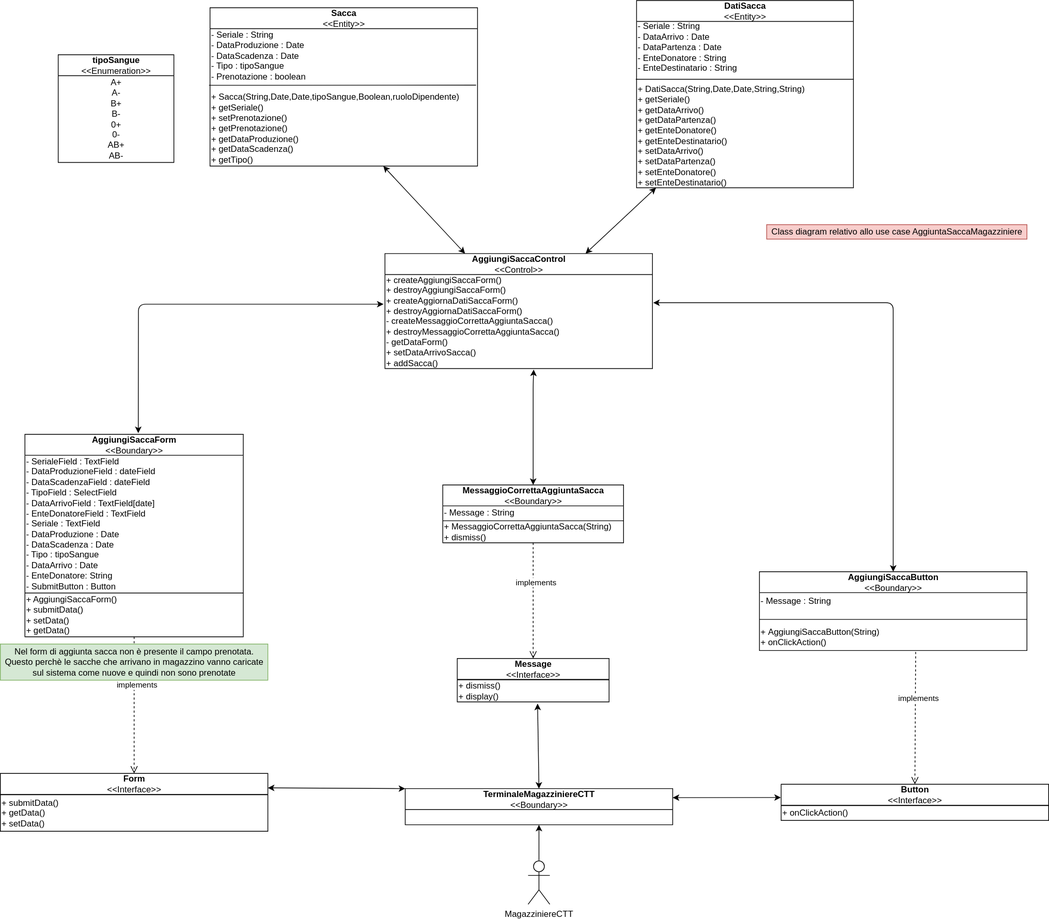
MarcoRuta/Sistema-gestione-CCS-CTT-UnaRegione keeps this draw.io diagram as System Definition/Editabili/Class diagrams/.svg/AggiuntaSaccaMagazziniere.svg. Above is the earlier version. Source tidied: cells renumbered, new cells last; positions are measured from the earlier drawing's top-left corner, leaving out a move shared by most shapes.
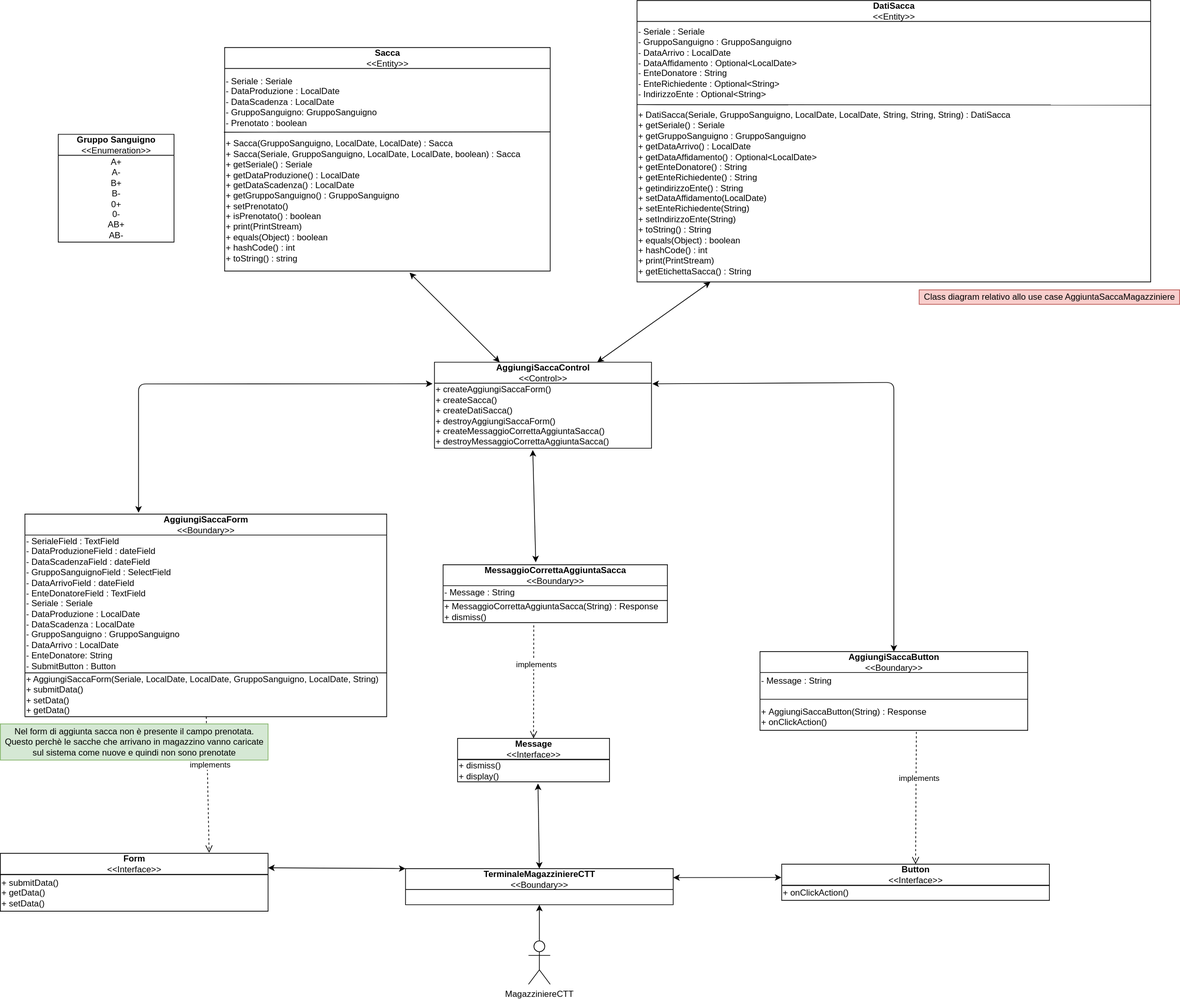
The same file after the commit.

Change to the diagram source:
```diff
@@ -2,28 +2,48 @@
   <root>
     <mxCell id="0" />
     <mxCell id="1" parent="0" />
+    <mxCell id="38" value="DatiSacca&lt;br&gt;&lt;span style=&quot;font-weight: 400&quot;&gt;&amp;lt;&amp;lt;Entity&amp;gt;&amp;gt;&lt;/span&gt;" style="swimlane;fontStyle=1;align=center;verticalAlign=middle;horizontal=1;startSize=29;html=1;" parent="1" vertex="1">
+      <mxGeometry x="880" y="-110" width="710" height="389" as="geometry" />
+    </mxCell>
+    <mxCell id="39" value="&lt;br&gt;-&amp;nbsp;Seriale : Seriale&lt;br&gt;- GruppoSanguigno : GruppoSanguigno&lt;br&gt;- DataArrivo : LocalDate&lt;br&gt;- DataAffidamento : Optional&amp;lt;LocalDate&amp;gt;&lt;br&gt;- EnteDonatore : String&lt;br&gt;- EnteRichiedente : Optional&amp;lt;String&amp;gt;&lt;br&gt;- IndirizzoEnte : Optional&amp;lt;String&amp;gt;&lt;br&gt;&lt;br&gt;+ DatiSacca(Seriale, GruppoSanguigno, LocalDate, LocalDate, String, String, String) : DatiSacca&lt;br&gt;+ getSeriale() : Seriale&lt;br&gt;+ getGruppoSanguigno : GruppoSanguigno&lt;br&gt;+ getDataArrivo() : LocalDate&lt;br&gt;+ getDataAffidamento() : Optional&amp;lt;LocalDate&amp;gt;&lt;br&gt;+ getEnteDonatore() : String&lt;br&gt;+ getEnteRichiedente() : String&lt;br&gt;+ getindirizzoEnte() : String&lt;br&gt;+ setDataAffidamento(LocalDate)&amp;nbsp;&lt;br&gt;+ setEnteRichiedente(String)&lt;br&gt;+ setIndirizzoEnte(String)&lt;br&gt;+ toString() : String&lt;br&gt;+ equals(Object) : boolean&lt;br&gt;+ hashCode() : int&lt;br&gt;+ print(PrintStream)&lt;br&gt;+ getEtichettaSacca() : String&lt;br&gt;&lt;br&gt;" style="text;html=1;align=left;verticalAlign=middle;points=[];" parent="38" vertex="1">
+      <mxGeometry y="29" width="710" height="360" as="geometry" />
+    </mxCell>
+    <mxCell id="40" style="endArrow=none;html=1;entryX=1.001;entryY=0.321;entryDx=0;entryDy=0;entryPerimeter=0;" parent="38" edge="1" target="39">
+      <mxGeometry relative="1" as="geometry">
+        <mxPoint y="143.9" as="sourcePoint" />
+      </mxGeometry>
+    </mxCell>
+    <mxCell id="44" value="Sacca&lt;br&gt;&lt;span style=&quot;font-weight: 400&quot;&gt;&amp;lt;&amp;lt;Entity&amp;gt;&amp;gt;&lt;/span&gt;" style="swimlane;fontStyle=1;align=center;verticalAlign=middle;horizontal=1;startSize=29;html=1;" parent="1" vertex="1">
+      <mxGeometry x="310" y="-45" width="450" height="309" as="geometry" />
+    </mxCell>
+    <mxCell id="45" value="&lt;br&gt;- Seriale : Seriale&lt;br&gt;- DataProduzione :&amp;nbsp;LocalDate&amp;nbsp;&lt;br&gt;- DataScadenza :&amp;nbsp;LocalDate&amp;nbsp;&lt;br&gt;- GruppoSanguigno: GruppoSanguigno&lt;br&gt;- Prenotato : boolean&lt;br&gt;&lt;br&gt;+ Sacca(GruppoSanguigno, LocalDate, LocalDate) : Sacca&lt;br&gt;+ Sacca(Seriale, GruppoSanguigno, LocalDate, LocalDate, boolean) : Sacca&lt;br&gt;+ getSeriale() : Seriale&lt;br&gt;+ getDataProduzione() :&amp;nbsp;LocalDate&amp;nbsp;&lt;br&gt;+ getDataScadenza() :&amp;nbsp;LocalDate&amp;nbsp;&lt;br&gt;+ getGruppoSanguigno() : GruppoSanguigno&lt;br&gt;+ setPrenotato()&lt;br&gt;+ isPrenotato() : boolean&lt;br&gt;+ print(PrintStream)&lt;br&gt;+ equals(Object) : boolean&lt;br&gt;+ hashCode() : int&lt;br&gt;+ toString() : string&lt;br&gt;&lt;br&gt;" style="text;html=1;align=left;verticalAlign=middle;points=[];" parent="44" vertex="1">
+      <mxGeometry y="29" width="450" height="280" as="geometry" />
+    </mxCell>
+    <mxCell id="46" style="endArrow=none;html=1;entryX=1.001;entryY=0.313;entryDx=0;entryDy=0;entryPerimeter=0;" parent="44" edge="1" target="45">
+      <mxGeometry relative="1" as="geometry">
+        <mxPoint x="-1" y="117" as="sourcePoint" />
+      </mxGeometry>
+    </mxCell>
-    <mxCell id="2" value="tipoSangue&lt;br&gt;&lt;span style=&quot;font-weight: 400&quot;&gt;&amp;lt;&amp;lt;Enumeration&amp;gt;&amp;gt;&lt;/span&gt;" style="swimlane;fontStyle=1;align=center;verticalAlign=middle;horizontal=1;startSize=29;html=1;" parent="1" vertex="1">
+    <mxCell id="2" value="Gruppo Sanguigno&lt;br&gt;&lt;span style=&quot;font-weight: 400&quot;&gt;&amp;lt;&amp;lt;Enumeration&amp;gt;&amp;gt;&lt;/span&gt;" style="swimlane;fontStyle=1;align=center;verticalAlign=middle;horizontal=1;startSize=29;html=1;" parent="1" vertex="1">
       <mxGeometry x="80" y="75" width="160" height="149" as="geometry" />
     </mxCell>
     <mxCell id="3" value="&lt;div&gt;A+&lt;/div&gt;&lt;div&gt;A-&lt;/div&gt;&lt;div&gt;B+&lt;/div&gt;&lt;div&gt;B-&lt;/div&gt;&lt;div&gt;0+&lt;/div&gt;&lt;div&gt;0-&lt;/div&gt;&lt;div&gt;AB+&lt;/div&gt;&lt;div&gt;AB-&lt;/div&gt;" style="text;html=1;align=center;verticalAlign=middle;" parent="2" vertex="1">
       <mxGeometry y="29" width="160" height="120" as="geometry" />
     </mxCell>
-    <mxCell id="4" style="endArrow=classic;startArrow=classic;html=1;" parent="1" edge="1" source="26">
-      <mxGeometry relative="1" as="geometry">
-        <mxPoint x="529.7" y="229" as="targetPoint" />
-      </mxGeometry>
+    <mxCell id="4" style="endArrow=classic;startArrow=classic;html=1;entryX=0.568;entryY=1.008;entryDx=0;entryDy=0;entryPerimeter=0;" parent="1" edge="1" source="26" target="45">
+      <mxGeometry relative="1" as="geometry" />
     </mxCell>
     <mxCell id="5" value="AggiungiSaccaForm&lt;br&gt;&lt;span style=&quot;font-weight: 400&quot;&gt;&amp;lt;&amp;lt;Boundary&amp;gt;&amp;gt;&lt;/span&gt;" style="swimlane;fontStyle=1;align=center;verticalAlign=middle;horizontal=1;startSize=29;html=1;" parent="1" vertex="1">
-      <mxGeometry x="34" y="600" width="302" height="280" as="geometry" />
+      <mxGeometry x="34" y="600" width="500" height="280" as="geometry" />
     </mxCell>
-    <mxCell id="6" value="- SerialeField : TextField&lt;br&gt;- DataProduzioneField : dateField&lt;br&gt;- DataScadenzaField : dateField&lt;br&gt;- TipoField : SelectField&lt;br&gt;- DataArrivoField : TextField[date]&lt;br&gt;- EnteDonatoreField : TextField&lt;br&gt;- Seriale : TextField&lt;br&gt;- DataProduzione : Date&lt;br&gt;- DataScadenza : Date&lt;br&gt;- Tipo : tipoSangue&lt;br&gt;- DataArrivo : Date&lt;br&gt;- EnteDonatore: String&lt;br&gt;- SubmitButton : Button" style="text;html=1;align=left;verticalAlign=middle;" parent="5" vertex="1">
-      <mxGeometry y="29" width="302" height="190" as="geometry" />
+    <mxCell id="6" value="- SerialeField : TextField&lt;br&gt;- DataProduzioneField : dateField&lt;br&gt;- DataScadenzaField : dateField&lt;br&gt;- GruppoSanguignoField : SelectField&lt;br&gt;- DataArrivoField : dateField&lt;br&gt;- EnteDonatoreField : TextField&lt;br&gt;- Seriale : Seriale&lt;br&gt;- DataProduzione : LocalDate&lt;br&gt;- DataScadenza : LocalDate&lt;br&gt;- GruppoSanguigno : GruppoSanguigno&lt;br&gt;- DataArrivo : LocalDate&lt;br&gt;- EnteDonatore: String&lt;br&gt;- SubmitButton : Button" style="text;html=1;align=left;verticalAlign=middle;" parent="5" vertex="1">
+      <mxGeometry y="29" width="500" height="190" as="geometry" />
     </mxCell>
     <mxCell id="7" style="line;strokeWidth=1;fillColor=none;align=left;verticalAlign=middle;spacingTop=-1;spacingLeft=3;spacingRight=3;labelPosition=right;" parent="5" vertex="1">
-      <mxGeometry y="219" width="302" height="1" as="geometry" />
+      <mxGeometry y="219" width="500" height="1" as="geometry" />
     </mxCell>
-    <mxCell id="8" value="&lt;div&gt;&lt;span&gt;+ AggiungiSaccaForm()&lt;/span&gt;&lt;/div&gt;&lt;div&gt;&lt;span&gt;+ submitData()&lt;/span&gt;&lt;/div&gt;&lt;div&gt;&lt;span&gt;+ setData()&lt;/span&gt;&lt;/div&gt;&lt;div&gt;&lt;span&gt;+ getData()&lt;/span&gt;&lt;/div&gt;" style="text;html=1;align=left;verticalAlign=middle;points=[];" parent="5" vertex="1">
-      <mxGeometry y="220" width="302" height="60" as="geometry" />
+    <mxCell id="8" value="&lt;div&gt;&lt;span&gt;+ AggiungiSaccaForm(Seriale, LocalDate, LocalDate, GruppoSanguigno, LocalDate, String)&lt;/span&gt;&lt;/div&gt;&lt;div&gt;&lt;span&gt;+ submitData()&lt;/span&gt;&lt;/div&gt;&lt;div&gt;&lt;span&gt;+ setData()&lt;/span&gt;&lt;/div&gt;&lt;div&gt;&lt;span&gt;+ getData()&lt;/span&gt;&lt;/div&gt;" style="text;html=1;align=left;verticalAlign=middle;points=[];" parent="5" vertex="1">
+      <mxGeometry y="220" width="500" height="60" as="geometry" />
     </mxCell>
     <mxCell id="9" value="TerminaleMagazziniereCTT&lt;br&gt;&lt;span style=&quot;font-weight: 400&quot;&gt;&amp;lt;&amp;lt;Boundary&amp;gt;&amp;gt;&lt;/span&gt;" style="swimlane;fontStyle=1;align=center;verticalAlign=middle;horizontal=1;startSize=29;html=1;" parent="1" vertex="1">
       <mxGeometry x="560" y="1090" width="370" height="50" as="geometry" />
@@ -31,17 +51,16 @@
     <mxCell id="10" style="edgeStyle=orthogonalEdgeStyle;rounded=0;jettySize=auto;html=1;entryX=0.5;entryY=1;entryDx=0;entryDy=0;" parent="1" edge="1" source="21" target="9">
       <mxGeometry relative="1" as="geometry" />
     </mxCell>
-    <mxCell id="11" style="endArrow=classic;html=1;entryX=0.5;entryY=0;entryDx=0;entryDy=0;startArrow=classic;startFill=1;" parent="1" edge="1" target="22">
+    <mxCell id="11" style="endArrow=classic;html=1;entryX=0.5;entryY=0;entryDx=0;entryDy=0;startArrow=classic;startFill=1;exitX=1.004;exitY=0.01;exitDx=0;exitDy=0;exitPerimeter=0;" parent="1" edge="1" source="27" target="22">
       <mxGeometry relative="1" as="geometry">
-        <mxPoint x="903" y="418" as="sourcePoint" />
         <Array as="points">
           <mxPoint x="1235" y="418" />
         </Array>
       </mxGeometry>
     </mxCell>
-    <mxCell id="12" style="endArrow=classic;html=1;entryX=0.519;entryY=-0.006;entryDx=0;entryDy=0;entryPerimeter=0;startArrow=classic;startFill=1;" parent="1" edge="1" target="5">
+    <mxCell id="12" style="endArrow=classic;html=1;startArrow=classic;startFill=1;exitX=-0.009;exitY=0.009;exitDx=0;exitDy=0;exitPerimeter=0;" parent="1" edge="1" source="27">
       <mxGeometry relative="1" as="geometry">
-        <mxPoint x="530" y="420" as="sourcePoint" />
+        <mxPoint x="191" y="598" as="targetPoint" />
         <Array as="points">
           <mxPoint x="191" y="420" />
         </Array>
@@ -77,23 +96,23 @@
     <mxCell id="22" value="AggiungiSaccaButton&lt;br&gt;&lt;span style=&quot;font-weight: 400&quot;&gt;&amp;lt;&amp;lt;Boundary&amp;gt;&amp;gt;&lt;/span&gt;" style="swimlane;fontStyle=1;align=center;verticalAlign=middle;horizontal=1;startSize=29;html=1;" parent="1" vertex="1">
       <mxGeometry x="1050" y="790" width="370" height="109" as="geometry" />
     </mxCell>
+    <mxCell id="24" style="endArrow=none;html=1;" parent="22" edge="1">
+      <mxGeometry relative="1" as="geometry">
+        <mxPoint y="66" as="sourcePoint" />
+        <mxPoint x="370" y="66" as="targetPoint" />
+      </mxGeometry>
+    </mxCell>
-    <mxCell id="23" value="- Message : String&lt;br&gt;&lt;br&gt;&lt;br&gt;+&amp;nbsp;&lt;span style=&quot;text-align: center&quot;&gt;AggiungiSaccaButton&lt;/span&gt;(String)&lt;br&gt;+ onClickAction()" style="text;html=1;align=left;verticalAlign=middle;points=[];" parent="22" vertex="1">
+    <mxCell id="23" value="- Message : String&lt;br&gt;&lt;br&gt;&lt;br&gt;+&amp;nbsp;&lt;span style=&quot;text-align: center&quot;&gt;AggiungiSaccaButton&lt;/span&gt;(String) : Response&lt;br&gt;+ onClickAction()" style="text;html=1;align=left;verticalAlign=middle;points=[];" parent="22" vertex="1">
       <mxGeometry y="29" width="370" height="80" as="geometry" />
     </mxCell>
-    <mxCell id="24" style="endArrow=none;html=1;" parent="22" edge="1">
-      <mxGeometry relative="1" as="geometry">
-        <mxPoint y="66" as="sourcePoint" />
-        <mxPoint x="370" y="66" as="targetPoint" />
-      </mxGeometry>
-    </mxCell>
     <mxCell id="25" value="implements" style="html=1;verticalAlign=bottom;endArrow=open;dashed=1;endSize=8;entryX=0.5;entryY=0;entryDx=0;entryDy=0;exitX=0.584;exitY=1.025;exitDx=0;exitDy=0;exitPerimeter=0;" parent="1" edge="1" source="23" target="15">
       <mxGeometry x="-0.2" y="4" relative="1" as="geometry" />
     </mxCell>
     <mxCell id="26" value="AggiungiSaccaControl&lt;br&gt;&lt;span style=&quot;font-weight: 400&quot;&gt;&amp;lt;&amp;lt;Control&amp;gt;&amp;gt;&lt;/span&gt;" style="swimlane;fontStyle=1;align=center;verticalAlign=middle;horizontal=1;startSize=29;html=1;" parent="1" vertex="1">
-      <mxGeometry x="532" y="350" width="370" height="159" as="geometry" />
+      <mxGeometry x="600" y="390" width="300" height="119" as="geometry" />
     </mxCell>
-    <mxCell id="27" value="+ createAggiungiSaccaForm()&lt;br&gt;+ destroyAggiungiSaccaForm()&lt;br&gt;+ createAggiornaDatiSaccaForm()&lt;br&gt;+ destroyAggiornaDatiSaccaForm()&lt;br&gt;- createMessaggioCorrettaAggiuntaSacca()&lt;br&gt;+ destroyMessaggioCorrettaAggiuntaSacca()&lt;br&gt;- getDataForm()&lt;br&gt;+ setDataArrivoSacca()&lt;br&gt;+ addSacca()" style="text;html=1;align=left;verticalAlign=middle;points=[];" parent="26" vertex="1">
-      <mxGeometry y="29" width="370" height="130" as="geometry" />
+    <mxCell id="27" value="+ createAggiungiSaccaForm()&amp;nbsp;&lt;br&gt;+ createSacca()&lt;br&gt;+ createDatiSacca()&lt;br&gt;+ destroyAggiungiSaccaForm()&lt;br&gt;+ createMessaggioCorrettaAggiuntaSacca()&lt;br&gt;+ destroyMessaggioCorrettaAggiuntaSacca()" style="text;html=1;align=left;verticalAlign=middle;points=[];" parent="26" vertex="1">
+      <mxGeometry y="29" width="300" height="90" as="geometry" />
     </mxCell>
     <mxCell id="28" value="Message&lt;br&gt;&lt;span style=&quot;font-weight: 400&quot;&gt;&amp;lt;&amp;lt;Interface&amp;gt;&amp;gt;&lt;/span&gt;" style="swimlane;fontStyle=1;align=center;verticalAlign=middle;horizontal=1;startSize=29;html=1;" parent="1" vertex="1">
       <mxGeometry x="632" y="910" width="210" height="60" as="geometry" />
@@ -108,60 +127,32 @@
       <mxGeometry relative="1" as="geometry" />
     </mxCell>
     <mxCell id="32" value="MessaggioCorrettaAggiuntaSacca&lt;br&gt;&lt;span style=&quot;font-weight: 400&quot;&gt;&amp;lt;&amp;lt;Boundary&amp;gt;&amp;gt;&lt;/span&gt;" style="swimlane;fontStyle=1;align=center;verticalAlign=middle;horizontal=1;startSize=29;html=1;" parent="1" vertex="1">
-      <mxGeometry x="612" y="670" width="250" height="80" as="geometry" />
+      <mxGeometry x="612" y="670" width="310" height="80" as="geometry" />
     </mxCell>
     <mxCell id="33" value="- Message : String" style="text;html=1;align=left;verticalAlign=middle;" parent="32" vertex="1">
-      <mxGeometry y="29" width="250" height="20" as="geometry" />
+      <mxGeometry y="29" width="310" height="20" as="geometry" />
     </mxCell>
     <mxCell id="34" style="line;strokeWidth=1;fillColor=none;align=left;verticalAlign=middle;spacingTop=-1;spacingLeft=3;spacingRight=3;labelPosition=right;" parent="32" vertex="1">
-      <mxGeometry y="49" width="250" height="1" as="geometry" />
+      <mxGeometry y="49" width="310" height="1" as="geometry" />
     </mxCell>
-    <mxCell id="35" value="+ MessaggioCorrettaAggiuntaSacca(String)&lt;br&gt;+ dismiss()" style="text;html=1;align=left;verticalAlign=middle;points=[];" parent="32" vertex="1">
-      <mxGeometry y="50" width="250" height="30" as="geometry" />
+    <mxCell id="35" value="+ MessaggioCorrettaAggiuntaSacca(String) : Response&lt;br&gt;+ dismiss()" style="text;html=1;align=left;verticalAlign=middle;points=[];" parent="32" vertex="1">
+      <mxGeometry y="50" width="310" height="30" as="geometry" />
     </mxCell>
-    <mxCell id="36" style="endArrow=classic;startArrow=classic;html=1;exitX=0.5;exitY=0;exitDx=0;exitDy=0;entryX=0.556;entryY=1.011;entryDx=0;entryDy=0;entryPerimeter=0;" parent="1" edge="1" source="32" target="27">
-      <mxGeometry relative="1" as="geometry">
-        <Array as="points">
-          <mxPoint x="737" y="530" />
-        </Array>
-      </mxGeometry>
+    <mxCell id="36" style="endArrow=classic;startArrow=classic;html=1;exitX=0.413;exitY=-0.043;exitDx=0;exitDy=0;entryX=0.453;entryY=1.026;entryDx=0;entryDy=0;entryPerimeter=0;exitPerimeter=0;" parent="1" edge="1" source="32" target="27">
+      <mxGeometry relative="1" as="geometry" />
     </mxCell>
     <mxCell id="37" value="Class diagram relativo allo use case AggiuntaSaccaMagazziniere" style="text;html=1;align=center;verticalAlign=middle;fillColor=#f8cecc;strokeColor=#b85450;" parent="1" vertex="1">
-      <mxGeometry x="1060" y="310" width="360" height="20" as="geometry" />
+      <mxGeometry x="1270" y="290" width="360" height="20" as="geometry" />
     </mxCell>
-    <mxCell id="38" value="DatiSacca&lt;br&gt;&lt;span style=&quot;font-weight: 400&quot;&gt;&amp;lt;&amp;lt;Entity&amp;gt;&amp;gt;&lt;/span&gt;" style="swimlane;fontStyle=1;align=center;verticalAlign=middle;horizontal=1;startSize=29;html=1;" parent="1" vertex="1">
-      <mxGeometry x="880" width="300" height="259" as="geometry" />
-    </mxCell>
-    <mxCell id="39" value="- Seriale : String&lt;br&gt;- DataArrivo : Date&lt;br&gt;- DataPartenza : Date&lt;br&gt;- EnteDonatore : String&lt;br&gt;- EnteDestinatario : String&lt;br&gt;&lt;br&gt;+ DatiSacca(String,Date,Date,String,String)&lt;br&gt;+ getSeriale()&lt;br&gt;+ getDataArrivo()&lt;br&gt;+ getDataPartenza()&lt;br&gt;+ getEnteDonatore()&lt;br&gt;+ getEnteDestinatario()&lt;br&gt;+ setDataArrivo()&lt;br&gt;+ setDataPartenza()&lt;br&gt;+ setEnteDonatore()&lt;br&gt;+ setEnteDestinatario()" style="text;html=1;align=left;verticalAlign=middle;points=[];" parent="38" vertex="1">
-      <mxGeometry y="29" width="300" height="230" as="geometry" />
-    </mxCell>
-    <mxCell id="40" style="endArrow=none;html=1;" parent="38" edge="1">
-      <mxGeometry relative="1" as="geometry">
-        <mxPoint x="-1" y="109" as="sourcePoint" />
-        <mxPoint x="300" y="109" as="targetPoint" />
-      </mxGeometry>
-    </mxCell>
     <mxCell id="41" style="endArrow=classic;startArrow=classic;html=1;exitX=0.75;exitY=0;exitDx=0;exitDy=0;" parent="1" edge="1" source="26" target="39">
       <mxGeometry relative="1" as="geometry" />
     </mxCell>
-    <mxCell id="42" value="implements" style="html=1;verticalAlign=bottom;endArrow=open;dashed=1;endSize=8;entryX=0.5;entryY=0;entryDx=0;entryDy=0;" parent="1" edge="1" source="8" target="18">
+    <mxCell id="42" value="implements" style="html=1;verticalAlign=bottom;endArrow=open;dashed=1;endSize=8;entryX=0.78;entryY=-0.012;entryDx=0;entryDy=0;entryPerimeter=0;" parent="1" edge="1" source="8" target="18">
       <mxGeometry x="-0.2" y="4" relative="1" as="geometry" />
     </mxCell>
-    <mxCell id="43" value="implements" style="html=1;verticalAlign=bottom;endArrow=open;dashed=1;endSize=8;entryX=0.5;entryY=0;entryDx=0;entryDy=0;" parent="1" edge="1" source="35" target="28">
+    <mxCell id="43" value="implements" style="html=1;verticalAlign=bottom;endArrow=open;dashed=1;endSize=8;entryX=0.5;entryY=0;entryDx=0;entryDy=0;exitX=0.404;exitY=1.124;exitDx=0;exitDy=0;exitPerimeter=0;" parent="1" edge="1" source="35" target="28">
       <mxGeometry x="-0.2" y="4" relative="1" as="geometry" />
     </mxCell>
-    <mxCell id="44" value="Sacca&lt;br&gt;&lt;span style=&quot;font-weight: 400&quot;&gt;&amp;lt;&amp;lt;Entity&amp;gt;&amp;gt;&lt;/span&gt;" style="swimlane;fontStyle=1;align=center;verticalAlign=middle;horizontal=1;startSize=29;html=1;" parent="1" vertex="1">
-      <mxGeometry x="290" y="10" width="370" height="219" as="geometry" />
-    </mxCell>
-    <mxCell id="45" value="- Seriale : String&lt;br&gt;- DataProduzione : Date&lt;br&gt;- DataScadenza : Date&lt;br&gt;- Tipo : tipoSangue&lt;br&gt;- Prenotazione : boolean&lt;br&gt;&lt;br&gt;+ Sacca(String,Date,Date,tipoSangue,Boolean,ruoloDipendente)&lt;br&gt;+ getSeriale()&lt;br&gt;+ setPrenotazione()&lt;br&gt;+ getPrenotazione()&lt;br&gt;+ getDataProduzione()&lt;br&gt;+ getDataScadenza()&lt;br&gt;+ getTipo()" style="text;html=1;align=left;verticalAlign=middle;points=[];" parent="44" vertex="1">
-      <mxGeometry y="29" width="370" height="190" as="geometry" />
-    </mxCell>
-    <mxCell id="46" style="endArrow=none;html=1;exitX=-0.001;exitY=0.37;exitDx=0;exitDy=0;exitPerimeter=0;" parent="44" edge="1">
-      <mxGeometry relative="1" as="geometry">
-        <mxPoint x="-1.4" y="107.3" as="sourcePoint" />
-        <mxPoint x="368" y="107" as="targetPoint" />
-      </mxGeometry>
-    </mxCell>
     <mxCell id="47" value="Nel form di aggiunta sacca non è presente il campo prenotata.&lt;br&gt;Questo perchè le sacche che arrivano in magazzino vanno caricate&lt;br&gt;sul sistema come nuove e quindi non sono prenotate" style="text;html=1;align=center;verticalAlign=middle;fillColor=#d5e8d4;strokeColor=#82b366;" parent="1" vertex="1">
       <mxGeometry y="890" width="370" height="50" as="geometry" />
     </mxCell>
```
